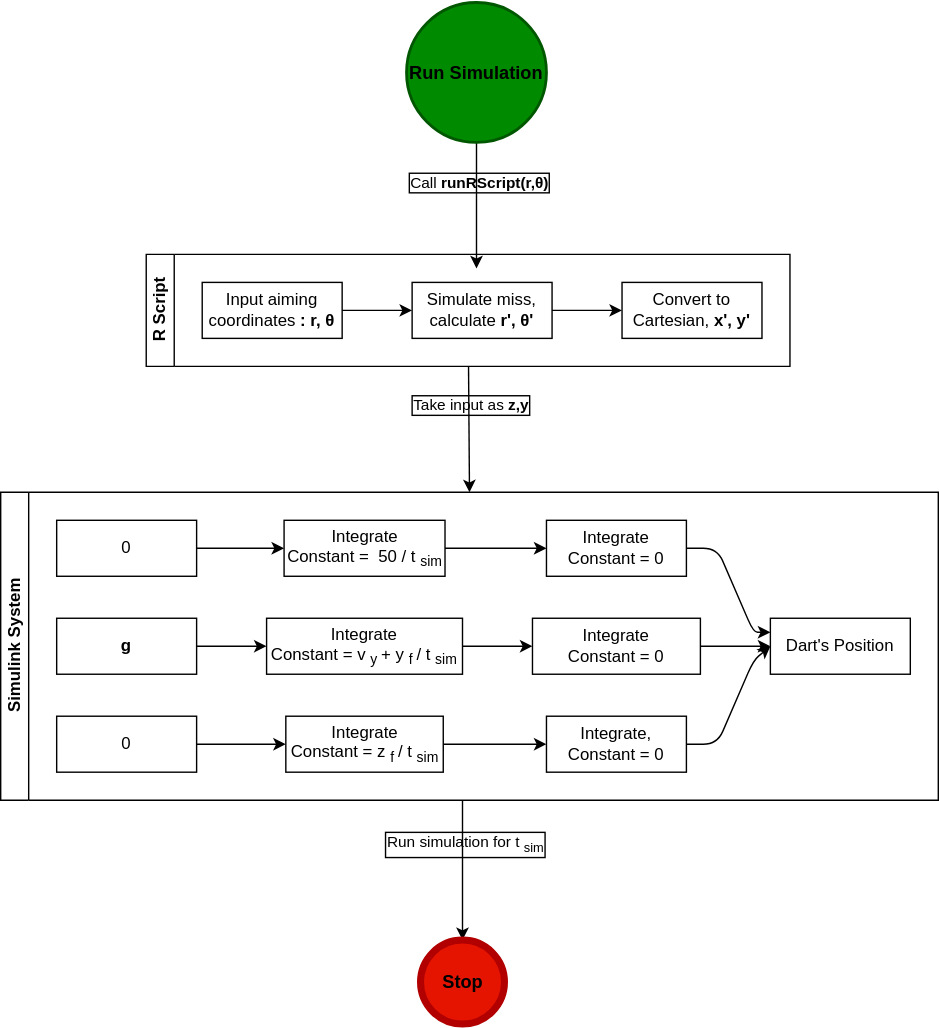
This is img/projFlow.drawio.svg from ojaroker/Darts, a draw.io export, as it was before one commit. Source tidied: cells renumbered, new cells last; positions are measured from the earlier drawing's top-left corner, leaving out a move shared by most shapes.
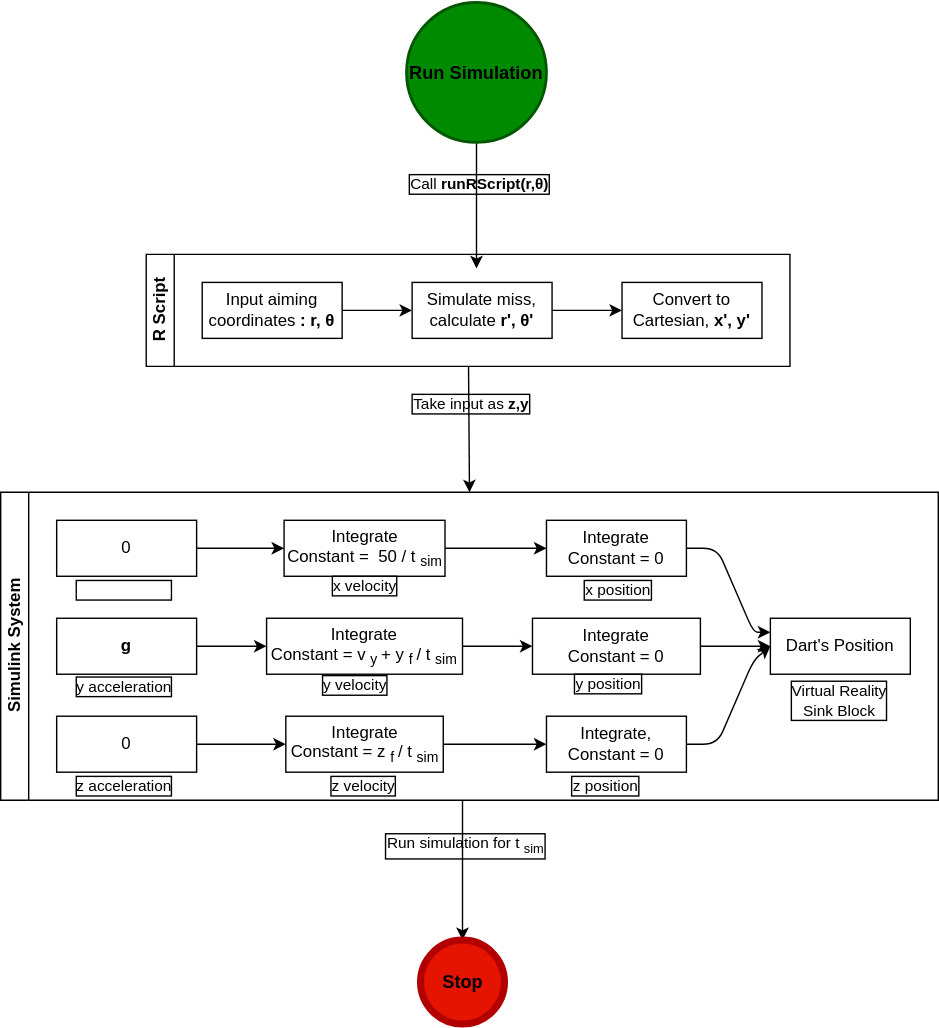
After the commit.

Diff of the diagram source:
```diff
@@ -160,34 +160,34 @@
     <mxCell id="34" value="Integrate,&lt;br&gt;Constant = 0" style="whiteSpace=wrap;html=1;" parent="15" vertex="1">
       <mxGeometry x="390" y="160" width="100" height="40" as="geometry" />
     </mxCell>
-    <mxCell id="35" value="&lt;font color=&quot;#ffffff&quot;&gt;x acceleration&lt;/font&gt;" style="text;html=1;align=center;verticalAlign=middle;strokeColor=none;fillColor=none;fontSize=13;fontColor=#000000;" parent="1" vertex="1">
+    <mxCell id="35" value="&lt;font color=&quot;#ffffff&quot;&gt;x acceleration&lt;/font&gt;" style="text;html=1;align=center;verticalAlign=middle;strokeColor=none;fillColor=none;fontSize=11;fontColor=#000000;labelBackgroundColor=none;labelBorderColor=default;" parent="1" vertex="1">
       <mxGeometry x="38" y="405" width="100" height="30" as="geometry" />
     </mxCell>
-    <mxCell id="36" value="y acceleration&lt;br&gt;" style="text;html=1;align=center;verticalAlign=middle;strokeColor=none;fillColor=none;fontSize=13;fontColor=#FFFFFF;" parent="1" vertex="1">
+    <mxCell id="36" value="y acceleration&lt;br&gt;" style="text;html=1;align=center;verticalAlign=middle;strokeColor=none;fillColor=none;fontSize=11;fontColor=#000000;labelBackgroundColor=none;labelBorderColor=default;" parent="1" vertex="1">
       <mxGeometry x="38" y="474" width="100" height="30" as="geometry" />
     </mxCell>
-    <mxCell id="37" value="x velocity" style="text;html=1;align=center;verticalAlign=middle;strokeColor=none;fillColor=none;fontSize=13;fontColor=#FFFFFF;" parent="1" vertex="1">
+    <mxCell id="37" value="x velocity" style="text;html=1;align=center;verticalAlign=middle;strokeColor=none;fillColor=none;fontSize=11;fontColor=#000000;labelBackgroundColor=none;labelBorderColor=default;" parent="1" vertex="1">
       <mxGeometry x="220" y="402" width="80" height="30" as="geometry" />
     </mxCell>
-    <mxCell id="38" value="x position" style="text;html=1;align=center;verticalAlign=middle;strokeColor=none;fillColor=none;fontSize=13;fontColor=#FFFFFF;" parent="1" vertex="1">
+    <mxCell id="38" value="x position" style="text;html=1;align=center;verticalAlign=middle;strokeColor=none;fillColor=none;fontSize=11;fontColor=#000000;labelBackgroundColor=none;labelBorderColor=default;" parent="1" vertex="1">
       <mxGeometry x="401" y="405" width="80" height="30" as="geometry" />
     </mxCell>
-    <mxCell id="39" value="y velocity" style="text;html=1;align=center;verticalAlign=middle;strokeColor=none;fillColor=none;fontSize=13;fontColor=#FFFFFF;" parent="1" vertex="1">
+    <mxCell id="39" value="y velocity" style="text;html=1;align=center;verticalAlign=middle;strokeColor=none;fillColor=none;fontSize=11;fontColor=#000000;labelBackgroundColor=none;labelBorderColor=default;" parent="1" vertex="1">
       <mxGeometry x="213" y="473" width="80" height="30" as="geometry" />
     </mxCell>
-    <mxCell id="40" value="y position" style="text;html=1;align=center;verticalAlign=middle;strokeColor=none;fillColor=none;fontSize=13;fontColor=#FFFFFF;" parent="1" vertex="1">
+    <mxCell id="40" value="y position" style="text;html=1;align=center;verticalAlign=middle;strokeColor=none;fillColor=none;fontSize=11;fontColor=#000000;labelBackgroundColor=none;labelBorderColor=default;" parent="1" vertex="1">
       <mxGeometry x="394" y="472" width="80" height="30" as="geometry" />
     </mxCell>
-    <mxCell id="41" value="z acceleration" style="text;html=1;align=center;verticalAlign=middle;strokeColor=none;fillColor=none;fontSize=13;fontColor=#FFFFFF;" parent="1" vertex="1">
+    <mxCell id="41" value="z acceleration" style="text;html=1;align=center;verticalAlign=middle;strokeColor=none;fillColor=none;fontSize=11;fontColor=#000000;labelBackgroundColor=none;labelBorderColor=default;" parent="1" vertex="1">
       <mxGeometry x="38" y="545" width="100" height="30" as="geometry" />
     </mxCell>
-    <mxCell id="42" value="z position" style="text;html=1;align=center;verticalAlign=middle;strokeColor=none;fillColor=none;fontSize=13;fontColor=#FFFFFF;" parent="1" vertex="1">
+    <mxCell id="42" value="z position" style="text;html=1;align=center;verticalAlign=middle;strokeColor=none;fillColor=none;fontSize=11;fontColor=#000000;labelBackgroundColor=none;labelBorderColor=default;" parent="1" vertex="1">
       <mxGeometry x="392" y="545" width="80" height="30" as="geometry" />
     </mxCell>
-    <mxCell id="43" value="z velocity" style="text;html=1;align=center;verticalAlign=middle;strokeColor=none;fillColor=none;fontSize=13;fontColor=#FFFFFF;" parent="1" vertex="1">
+    <mxCell id="43" value="z velocity" style="text;html=1;align=center;verticalAlign=middle;strokeColor=none;fillColor=none;fontSize=11;fontColor=#000000;labelBackgroundColor=none;labelBorderColor=default;" parent="1" vertex="1">
       <mxGeometry x="219" y="545" width="80" height="30" as="geometry" />
     </mxCell>
-    <mxCell id="44" value="Virtual Reality&lt;br&gt;Sink Block" style="text;html=1;align=center;verticalAlign=middle;strokeColor=none;fillColor=none;fontSize=13;fontColor=#FFFFFF;" parent="1" vertex="1">
+    <mxCell id="44" value="Virtual Reality&lt;br&gt;Sink Block" style="text;html=1;align=center;verticalAlign=middle;strokeColor=none;fillColor=none;fontSize=11;fontColor=#000000;labelBackgroundColor=none;labelBorderColor=default;" parent="1" vertex="1">
       <mxGeometry x="549" y="479" width="100" height="40" as="geometry" />
     </mxCell>
     <mxCell id="45" value="&lt;b&gt;&lt;font color=&quot;#000000&quot;&gt;Stop&lt;/font&gt;&lt;/b&gt;" style="shape=ellipse;html=1;dashed=0;whitespace=wrap;strokeWidth=5;perimeter=ellipsePerimeter;fontSize=13;fontColor=#ffffff;fillColor=#e51400;strokeColor=#B20000;" parent="1" vertex="1">
```
